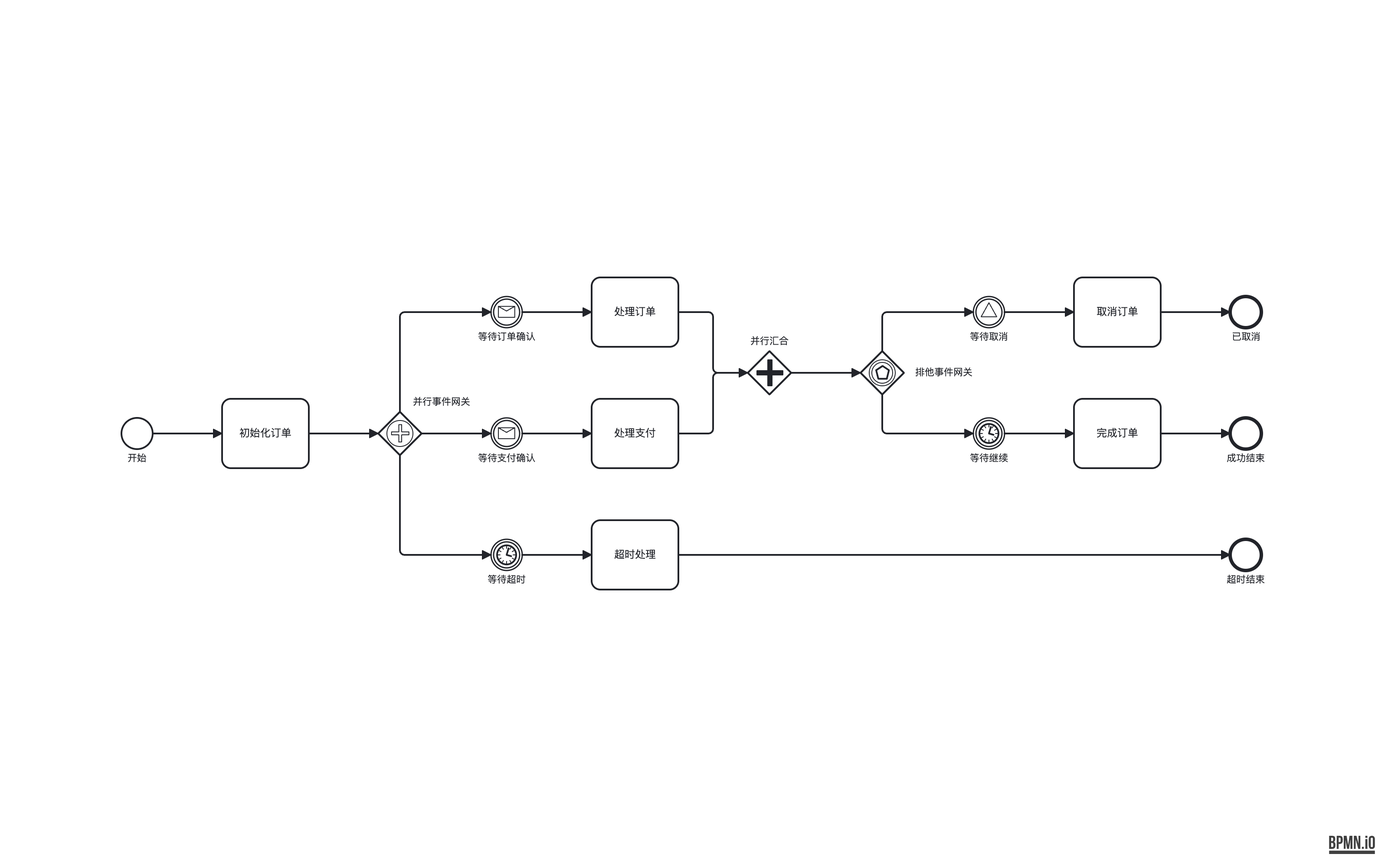
Above: out-bpmn-png/32-event-gateway-parallel.png in LcpMarvel/tramito-layout (BPMN), before the change. Its source is kept beside it as out-xml/32-event-gateway-parallel.bpmn. Ids are renumbered.
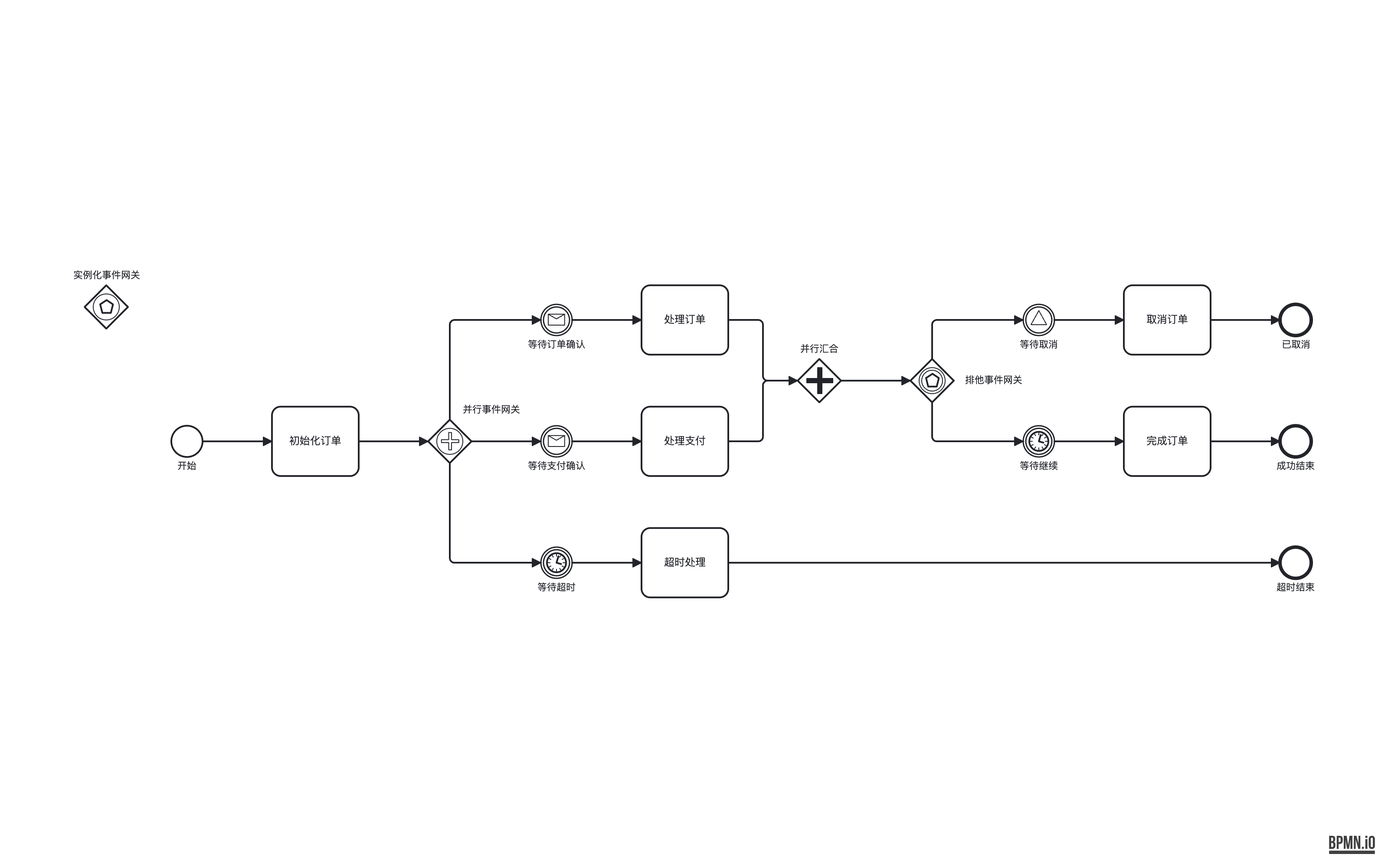
After the change.

The edit, as a diff of the source:
```diff
@@ -107,177 +107,183 @@
   <bpmndi:BPMNDiagram id="BPMNDiagram_definitions_event_gateway_parallel" name="BPMNDiagram">
     <bpmndi:BPMNPlane id="BPMNPlane_definitions_event_gateway_parallel" bpmnElement="process_event_gateway_parallel">
       <bpmndi:BPMNShape id="process_event_gateway_parallel_di" bpmnElement="process_event_gateway_parallel">
-        <dc:Bounds x="0" y="0" width="1396" height="424" />
+        <dc:Bounds x="0" y="0" width="1496" height="424" />
       </bpmndi:BPMNShape>
       <bpmndi:BPMNShape id="start_1_di" bpmnElement="start_1">
-        <dc:Bounds x="62" y="194" width="36" height="36" />
+        <dc:Bounds x="162" y="194" width="36" height="36" />
         <bpmndi:BPMNLabel>
-          <dc:Bounds x="66" y="234" width="28" height="14" />
+          <dc:Bounds x="166" y="234" width="28" height="14" />
         </bpmndi:BPMNLabel>
       </bpmndi:BPMNShape>
       <bpmndi:BPMNShape id="task_init_di" bpmnElement="task_init">
-        <dc:Bounds x="178" y="172" width="100" height="80" />
+        <dc:Bounds x="278" y="172" width="100" height="80" />
       </bpmndi:BPMNShape>
       <bpmndi:BPMNShape id="gateway_event_parallel_di" bpmnElement="gateway_event_parallel">
-        <dc:Bounds x="358" y="187" width="50" height="50" />
+        <dc:Bounds x="458" y="187" width="50" height="50" />
         <bpmndi:BPMNLabel>
-          <dc:Bounds x="389" y="169" width="84" height="14" />
+          <dc:Bounds x="489" y="169" width="84" height="14" />
         </bpmndi:BPMNLabel>
       </bpmndi:BPMNShape>
       <bpmndi:BPMNShape id="catch_message_order_di" bpmnElement="catch_message_order">
-        <dc:Bounds x="488" y="54" width="36" height="36" />
+        <dc:Bounds x="588" y="54" width="36" height="36" />
         <bpmndi:BPMNLabel>
-          <dc:Bounds x="464" y="94" width="84" height="14" />
+          <dc:Bounds x="564" y="94" width="84" height="14" />
         </bpmndi:BPMNLabel>
       </bpmndi:BPMNShape>
       <bpmndi:BPMNShape id="catch_message_payment_di" bpmnElement="catch_message_payment">
-        <dc:Bounds x="488" y="194" width="36" height="36" />
+        <dc:Bounds x="588" y="194" width="36" height="36" />
         <bpmndi:BPMNLabel>
-          <dc:Bounds x="464" y="234" width="84" height="14" />
+          <dc:Bounds x="564" y="234" width="84" height="14" />
         </bpmndi:BPMNLabel>
       </bpmndi:BPMNShape>
       <bpmndi:BPMNShape id="catch_timer_di" bpmnElement="catch_timer">
-        <dc:Bounds x="488" y="334" width="36" height="36" />
+        <dc:Bounds x="588" y="334" width="36" height="36" />
         <bpmndi:BPMNLabel>
-          <dc:Bounds x="478" y="374" width="56" height="14" />
+          <dc:Bounds x="578" y="374" width="56" height="14" />
         </bpmndi:BPMNLabel>
       </bpmndi:BPMNShape>
       <bpmndi:BPMNShape id="task_process_order_di" bpmnElement="task_process_order">
-        <dc:Bounds x="604" y="32" width="100" height="80" />
+        <dc:Bounds x="704" y="32" width="100" height="80" />
       </bpmndi:BPMNShape>
       <bpmndi:BPMNShape id="task_process_payment_di" bpmnElement="task_process_payment">
-        <dc:Bounds x="604" y="172" width="100" height="80" />
+        <dc:Bounds x="704" y="172" width="100" height="80" />
       </bpmndi:BPMNShape>
       <bpmndi:BPMNShape id="task_timeout_handler_di" bpmnElement="task_timeout_handler">
-        <dc:Bounds x="604" y="312" width="100" height="80" />
+        <dc:Bounds x="704" y="312" width="100" height="80" />
       </bpmndi:BPMNShape>
       <bpmndi:BPMNShape id="gateway_parallel_join_di" bpmnElement="gateway_parallel_join">
-        <dc:Bounds x="784" y="117" width="50" height="50" />
+        <dc:Bounds x="884" y="117" width="50" height="50" />
         <bpmndi:BPMNLabel>
-          <dc:Bounds x="781" y="99" width="56" height="14" />
+          <dc:Bounds x="881" y="99" width="56" height="14" />
         </bpmndi:BPMNLabel>
       </bpmndi:BPMNShape>
       <bpmndi:BPMNShape id="task_complete_di" bpmnElement="task_complete">
-        <dc:Bounds x="1160" y="172" width="100" height="80" />
+        <dc:Bounds x="1260" y="172" width="100" height="80" />
       </bpmndi:BPMNShape>
       <bpmndi:BPMNShape id="end_success_di" bpmnElement="end_success">
-        <dc:Bounds x="1340" y="194" width="36" height="36" />
+        <dc:Bounds x="1440" y="194" width="36" height="36" />
         <bpmndi:BPMNLabel>
-          <dc:Bounds x="1330" y="234" width="56" height="14" />
+          <dc:Bounds x="1430" y="234" width="56" height="14" />
         </bpmndi:BPMNLabel>
       </bpmndi:BPMNShape>
       <bpmndi:BPMNShape id="end_timeout_di" bpmnElement="end_timeout">
-        <dc:Bounds x="1340" y="334" width="36" height="36" />
+        <dc:Bounds x="1440" y="334" width="36" height="36" />
         <bpmndi:BPMNLabel>
-          <dc:Bounds x="1330" y="374" width="56" height="14" />
+          <dc:Bounds x="1430" y="374" width="56" height="14" />
         </bpmndi:BPMNLabel>
       </bpmndi:BPMNShape>
       <bpmndi:BPMNShape id="gateway_event_exclusive_di" bpmnElement="gateway_event_exclusive">
-        <dc:Bounds x="914" y="117" width="50" height="50" />
+        <dc:Bounds x="1014" y="117" width="50" height="50" />
         <bpmndi:BPMNLabel>
-          <dc:Bounds x="968" y="135" width="84" height="14" />
+          <dc:Bounds x="1068" y="135" width="84" height="14" />
         </bpmndi:BPMNLabel>
       </bpmndi:BPMNShape>
       <bpmndi:BPMNShape id="catch_signal_cancel_di" bpmnElement="catch_signal_cancel">
-        <dc:Bounds x="1044" y="54" width="36" height="36" />
+        <dc:Bounds x="1144" y="54" width="36" height="36" />
         <bpmndi:BPMNLabel>
-          <dc:Bounds x="1034" y="94" width="56" height="14" />
+          <dc:Bounds x="1134" y="94" width="56" height="14" />
         </bpmndi:BPMNLabel>
       </bpmndi:BPMNShape>
       <bpmndi:BPMNShape id="catch_timer_continue_di" bpmnElement="catch_timer_continue">
-        <dc:Bounds x="1044" y="194" width="36" height="36" />
+        <dc:Bounds x="1144" y="194" width="36" height="36" />
         <bpmndi:BPMNLabel>
-          <dc:Bounds x="1034" y="234" width="56" height="14" />
+          <dc:Bounds x="1134" y="234" width="56" height="14" />
         </bpmndi:BPMNLabel>
       </bpmndi:BPMNShape>
       <bpmndi:BPMNShape id="task_cancel_di" bpmnElement="task_cancel">
-        <dc:Bounds x="1160" y="32" width="100" height="80" />
+        <dc:Bounds x="1260" y="32" width="100" height="80" />
       </bpmndi:BPMNShape>
       <bpmndi:BPMNShape id="end_cancelled_di" bpmnElement="end_cancelled">
-        <dc:Bounds x="1340" y="54" width="36" height="36" />
+        <dc:Bounds x="1440" y="54" width="36" height="36" />
         <bpmndi:BPMNLabel>
-          <dc:Bounds x="1337" y="94" width="42" height="14" />
+          <dc:Bounds x="1437" y="94" width="42" height="14" />
+        </bpmndi:BPMNLabel>
+      </bpmndi:BPMNShape>
+      <bpmndi:BPMNShape id="gateway_instantiate_di" bpmnElement="gateway_instantiate">
+        <dc:Bounds x="62" y="32" width="50" height="50" />
+        <bpmndi:BPMNLabel>
+          <dc:Bounds x="38" y="14" width="98" height="14" />
         </bpmndi:BPMNLabel>
       </bpmndi:BPMNShape>
       <bpmndi:BPMNEdge id="flow_start_di" bpmnElement="flow_start">
-        <di:waypoint x="98" y="212" />
-        <di:waypoint x="178" y="212" />
+        <di:waypoint x="198" y="212" />
+        <di:waypoint x="278" y="212" />
       </bpmndi:BPMNEdge>
       <bpmndi:BPMNEdge id="flow_to_parallel_gateway_di" bpmnElement="flow_to_parallel_gateway">
-        <di:waypoint x="278" y="212" />
-        <di:waypoint x="358" y="212" />
+        <di:waypoint x="378" y="212" />
+        <di:waypoint x="458" y="212" />
       </bpmndi:BPMNEdge>
       <bpmndi:BPMNEdge id="flow_parallel_order_di" bpmnElement="flow_parallel_order">
-        <di:waypoint x="383" y="187" />
-        <di:waypoint x="383" y="72" />
-        <di:waypoint x="488" y="72" />
+        <di:waypoint x="483" y="187" />
+        <di:waypoint x="483" y="72" />
+        <di:waypoint x="588" y="72" />
       </bpmndi:BPMNEdge>
       <bpmndi:BPMNEdge id="flow_parallel_payment_di" bpmnElement="flow_parallel_payment">
-        <di:waypoint x="408" y="212" />
-        <di:waypoint x="488" y="212" />
+        <di:waypoint x="508" y="212" />
+        <di:waypoint x="588" y="212" />
       </bpmndi:BPMNEdge>
       <bpmndi:BPMNEdge id="flow_parallel_timer_di" bpmnElement="flow_parallel_timer">
-        <di:waypoint x="383" y="237" />
-        <di:waypoint x="383" y="352" />
-        <di:waypoint x="488" y="352" />
+        <di:waypoint x="483" y="237" />
+        <di:waypoint x="483" y="352" />
+        <di:waypoint x="588" y="352" />
       </bpmndi:BPMNEdge>
       <bpmndi:BPMNEdge id="flow_order_process_di" bpmnElement="flow_order_process">
-        <di:waypoint x="524" y="72" />
-        <di:waypoint x="604" y="72" />
+        <di:waypoint x="624" y="72" />
+        <di:waypoint x="704" y="72" />
       </bpmndi:BPMNEdge>
       <bpmndi:BPMNEdge id="flow_payment_process_di" bpmnElement="flow_payment_process">
-        <di:waypoint x="524" y="212" />
-        <di:waypoint x="604" y="212" />
+        <di:waypoint x="624" y="212" />
+        <di:waypoint x="704" y="212" />
       </bpmndi:BPMNEdge>
       <bpmndi:BPMNEdge id="flow_timer_process_di" bpmnElement="flow_timer_process">
-        <di:waypoint x="524" y="352" />
-        <di:waypoint x="604" y="352" />
+        <di:waypoint x="624" y="352" />
+        <di:waypoint x="704" y="352" />
       </bpmndi:BPMNEdge>
       <bpmndi:BPMNEdge id="flow_order_to_join_di" bpmnElement="flow_order_to_join">
-        <di:waypoint x="704" y="72" />
-        <di:waypoint x="744" y="72" />
-        <di:waypoint x="744" y="142" />
-        <di:waypoint x="784" y="142" />
+        <di:waypoint x="804" y="72" />
+        <di:waypoint x="844" y="72" />
+        <di:waypoint x="844" y="142" />
+        <di:waypoint x="884" y="142" />
       </bpmndi:BPMNEdge>
       <bpmndi:BPMNEdge id="flow_payment_to_join_di" bpmnElement="flow_payment_to_join">
-        <di:waypoint x="704" y="212" />
-        <di:waypoint x="744" y="212" />
-        <di:waypoint x="744" y="142" />
-        <di:waypoint x="784" y="142" />
+        <di:waypoint x="804" y="212" />
+        <di:waypoint x="844" y="212" />
+        <di:waypoint x="844" y="142" />
+        <di:waypoint x="884" y="142" />
       </bpmndi:BPMNEdge>
       <bpmndi:BPMNEdge id="flow_join_to_exclusive_di" bpmnElement="flow_join_to_exclusive">
-        <di:waypoint x="834" y="142" />
-        <di:waypoint x="914" y="142" />
+        <di:waypoint x="934" y="142" />
+        <di:waypoint x="1014" y="142" />
       </bpmndi:BPMNEdge>
       <bpmndi:BPMNEdge id="flow_exclusive_cancel_di" bpmnElement="flow_exclusive_cancel">
-        <di:waypoint x="939" y="117" />
-        <di:waypoint x="939" y="72" />
-        <di:waypoint x="1044" y="72" />
+        <di:waypoint x="1039" y="117" />
+        <di:waypoint x="1039" y="72" />
+        <di:waypoint x="1144" y="72" />
       </bpmndi:BPMNEdge>
       <bpmndi:BPMNEdge id="flow_exclusive_continue_di" bpmnElement="flow_exclusive_continue">
-        <di:waypoint x="939" y="167" />
-        <di:waypoint x="939" y="212" />
-        <di:waypoint x="1044" y="212" />
+        <di:waypoint x="1039" y="167" />
+        <di:waypoint x="1039" y="212" />
+        <di:waypoint x="1144" y="212" />
       </bpmndi:BPMNEdge>
       <bpmndi:BPMNEdge id="flow_continue_complete_di" bpmnElement="flow_continue_complete">
-        <di:waypoint x="1080" y="212" />
-        <di:waypoint x="1160" y="212" />
+        <di:waypoint x="1180" y="212" />
+        <di:waypoint x="1260" y="212" />
       </bpmndi:BPMNEdge>
       <bpmndi:BPMNEdge id="flow_complete_end_di" bpmnElement="flow_complete_end">
-        <di:waypoint x="1260" y="212" />
-        <di:waypoint x="1340" y="212" />
+        <di:waypoint x="1360" y="212" />
+        <di:waypoint x="1440" y="212" />
       </bpmndi:BPMNEdge>
       <bpmndi:BPMNEdge id="flow_cancel_task_di" bpmnElement="flow_cancel_task">
-        <di:waypoint x="1080" y="72" />
-        <di:waypoint x="1160" y="72" />
+        <di:waypoint x="1180" y="72" />
+        <di:waypoint x="1260" y="72" />
       </bpmndi:BPMNEdge>
       <bpmndi:BPMNEdge id="flow_cancel_end_di" bpmnElement="flow_cancel_end">
-        <di:waypoint x="1260" y="72" />
-        <di:waypoint x="1340" y="72" />
+        <di:waypoint x="1360" y="72" />
+        <di:waypoint x="1440" y="72" />
       </bpmndi:BPMNEdge>
       <bpmndi:BPMNEdge id="flow_timeout_end_di" bpmnElement="flow_timeout_end">
-        <di:waypoint x="704" y="352" />
-        <di:waypoint x="1340" y="352" />
+        <di:waypoint x="804" y="352" />
+        <di:waypoint x="1440" y="352" />
       </bpmndi:BPMNEdge>
     </bpmndi:BPMNPlane>
   </bpmndi:BPMNDiagram>
```
